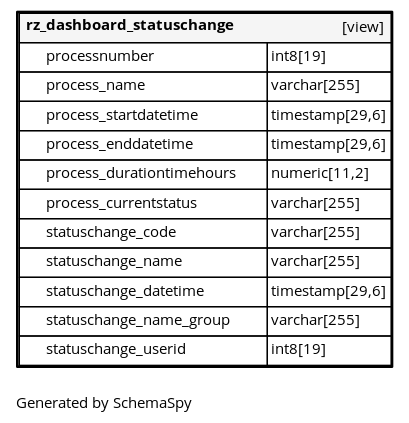
This is db_standardzone_version01/diagrams/tables/rz_dashboard_statuschange.1degree.png from fyndoo/fyndoo.github.io, a Graphviz export, as it was before one commit. Its source is kept beside it as db_standardzone_version01/diagrams/tables/rz_dashboard_statuschange.1degree.dot. The source it was exported from:
```dot
digraph "oneDegreeRelationshipsDiagram" {
  graph [
    rankdir="RL"
    bgcolor="#ffffff"
    label="\nGenerated by SchemaSpy"
    labeljust="l"
    nodesep="0.18"
    ranksep="0.46"
    fontname="Helvetica"
    fontsize="11"
    ration="compress"
  ];
  node [
    fontname="Helvetica"
    fontsize="11"
    shape="plaintext"
  ];
  edge [
    arrowsize="0.8"
  ];
  "rz_dashboard_statuschange" [
   label=<
    <TABLE BORDER="2" CELLBORDER="1" CELLSPACING="0" BGCOLOR="#ffffff">
      <TR><TD COLSPAN="4"  BGCOLOR="#f5f5f5"><TABLE BORDER="0" CELLSPACING="0"><TR><TD ALIGN="LEFT" FIXEDSIZE="TRUE" WIDTH="165" HEIGHT="16"><B>rz_dashboard_statuschange</B></TD><TD ALIGN="RIGHT">[view]</TD></TR></TABLE></TD></TR>
      <TR><TD PORT="processnumber" COLSPAN="2" ALIGN="LEFT"><TABLE BORDER="0" CELLSPACING="0" ALIGN="LEFT"><TR ALIGN="LEFT"><TD ALIGN="LEFT" FIXEDSIZE="TRUE" WIDTH="15" HEIGHT="16"></TD><TD ALIGN="LEFT" FIXEDSIZE="TRUE" WIDTH="165" HEIGHT="16">processnumber</TD></TR></TABLE></TD><TD PORT="processnumber.type" ALIGN="LEFT">int8[19]</TD></TR>
      <TR><TD PORT="process_name" COLSPAN="2" ALIGN="LEFT"><TABLE BORDER="0" CELLSPACING="0" ALIGN="LEFT"><TR ALIGN="LEFT"><TD ALIGN="LEFT" FIXEDSIZE="TRUE" WIDTH="15" HEIGHT="16"></TD><TD ALIGN="LEFT" FIXEDSIZE="TRUE" WIDTH="165" HEIGHT="16">process_name</TD></TR></TABLE></TD><TD PORT="process_name.type" ALIGN="LEFT">varchar[255]</TD></TR>
      <TR><TD PORT="process_startdatetime" COLSPAN="2" ALIGN="LEFT"><TABLE BORDER="0" CELLSPACING="0" ALIGN="LEFT"><TR ALIGN="LEFT"><TD ALIGN="LEFT" FIXEDSIZE="TRUE" WIDTH="15" HEIGHT="16"></TD><TD ALIGN="LEFT" FIXEDSIZE="TRUE" WIDTH="165" HEIGHT="16">process_startdatetime</TD></TR></TABLE></TD><TD PORT="process_startdatetime.type" ALIGN="LEFT">timestamp[29,6]</TD></TR>
      <TR><TD PORT="process_enddatetime" COLSPAN="2" ALIGN="LEFT"><TABLE BORDER="0" CELLSPACING="0" ALIGN="LEFT"><TR ALIGN="LEFT"><TD ALIGN="LEFT" FIXEDSIZE="TRUE" WIDTH="15" HEIGHT="16"></TD><TD ALIGN="LEFT" FIXEDSIZE="TRUE" WIDTH="165" HEIGHT="16">process_enddatetime</TD></TR></TABLE></TD><TD PORT="process_enddatetime.type" ALIGN="LEFT">timestamp[29,6]</TD></TR>
      <TR><TD PORT="process_durationtimehours" COLSPAN="2" ALIGN="LEFT"><TABLE BORDER="0" CELLSPACING="0" ALIGN="LEFT"><TR ALIGN="LEFT"><TD ALIGN="LEFT" FIXEDSIZE="TRUE" WIDTH="15" HEIGHT="16"></TD><TD ALIGN="LEFT" FIXEDSIZE="TRUE" WIDTH="165" HEIGHT="16">process_durationtimehours</TD></TR></TABLE></TD><TD PORT="process_durationtimehours.type" ALIGN="LEFT">numeric[11,2]</TD></TR>
      <TR><TD PORT="process_currentstatus" COLSPAN="2" ALIGN="LEFT"><TABLE BORDER="0" CELLSPACING="0" ALIGN="LEFT"><TR ALIGN="LEFT"><TD ALIGN="LEFT" FIXEDSIZE="TRUE" WIDTH="15" HEIGHT="16"></TD><TD ALIGN="LEFT" FIXEDSIZE="TRUE" WIDTH="165" HEIGHT="16">process_currentstatus</TD></TR></TABLE></TD><TD PORT="process_currentstatus.type" ALIGN="LEFT">varchar[255]</TD></TR>
      <TR><TD PORT="statuschange_code" COLSPAN="2" ALIGN="LEFT"><TABLE BORDER="0" CELLSPACING="0" ALIGN="LEFT"><TR ALIGN="LEFT"><TD ALIGN="LEFT" FIXEDSIZE="TRUE" WIDTH="15" HEIGHT="16"></TD><TD ALIGN="LEFT" FIXEDSIZE="TRUE" WIDTH="165" HEIGHT="16">statuschange_code</TD></TR></TABLE></TD><TD PORT="statuschange_code.type" ALIGN="LEFT">varchar[255]</TD></TR>
      <TR><TD PORT="statuschange_name" COLSPAN="2" ALIGN="LEFT"><TABLE BORDER="0" CELLSPACING="0" ALIGN="LEFT"><TR ALIGN="LEFT"><TD ALIGN="LEFT" FIXEDSIZE="TRUE" WIDTH="15" HEIGHT="16"></TD><TD ALIGN="LEFT" FIXEDSIZE="TRUE" WIDTH="165" HEIGHT="16">statuschange_name</TD></TR></TABLE></TD><TD PORT="statuschange_name.type" ALIGN="LEFT">varchar[255]</TD></TR>
      <TR><TD PORT="statuschange_datetime" COLSPAN="2" ALIGN="LEFT"><TABLE BORDER="0" CELLSPACING="0" ALIGN="LEFT"><TR ALIGN="LEFT"><TD ALIGN="LEFT" FIXEDSIZE="TRUE" WIDTH="15" HEIGHT="16"></TD><TD ALIGN="LEFT" FIXEDSIZE="TRUE" WIDTH="165" HEIGHT="16">statuschange_datetime</TD></TR></TABLE></TD><TD PORT="statuschange_datetime.type" ALIGN="LEFT">timestamp[29,6]</TD></TR>
      <TR><TD PORT="statuschange_name_group" COLSPAN="2" ALIGN="LEFT"><TABLE BORDER="0" CELLSPACING="0" ALIGN="LEFT"><TR ALIGN="LEFT"><TD ALIGN="LEFT" FIXEDSIZE="TRUE" WIDTH="15" HEIGHT="16"></TD><TD ALIGN="LEFT" FIXEDSIZE="TRUE" WIDTH="165" HEIGHT="16">statuschange_name_group</TD></TR></TABLE></TD><TD PORT="statuschange_name_group.type" ALIGN="LEFT">varchar[255]</TD></TR>
      <TR><TD PORT="statuschange_userid" COLSPAN="2" ALIGN="LEFT"><TABLE BORDER="0" CELLSPACING="0" ALIGN="LEFT"><TR ALIGN="LEFT"><TD ALIGN="LEFT" FIXEDSIZE="TRUE" WIDTH="15" HEIGHT="16"></TD><TD ALIGN="LEFT" FIXEDSIZE="TRUE" WIDTH="165" HEIGHT="16">statuschange_userid</TD></TR></TABLE></TD><TD PORT="statuschange_userid.type" ALIGN="LEFT">int8[19]</TD></TR>
    </TABLE>>
    URL="rz_dashboard_statuschange.html"
    target="_top"
    tooltip="rz_dashboard_statuschange"
  ];
}
```
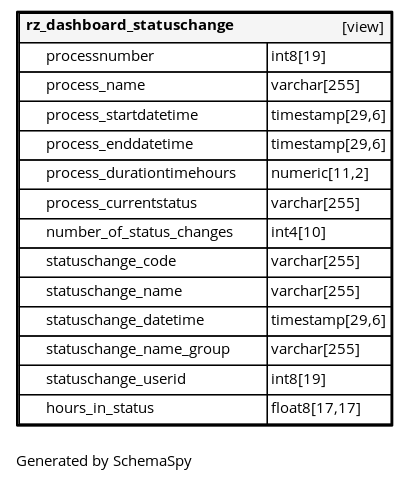
The same file after the commit.

The edit, as a diff of the source:
```diff
@@ -28,11 +28,13 @@
       <TR><TD PORT="process_enddatetime" COLSPAN="2" ALIGN="LEFT"><TABLE BORDER="0" CELLSPACING="0" ALIGN="LEFT"><TR ALIGN="LEFT"><TD ALIGN="LEFT" FIXEDSIZE="TRUE" WIDTH="15" HEIGHT="16"></TD><TD ALIGN="LEFT" FIXEDSIZE="TRUE" WIDTH="165" HEIGHT="16">process_enddatetime</TD></TR></TABLE></TD><TD PORT="process_enddatetime.type" ALIGN="LEFT">timestamp[29,6]</TD></TR>
       <TR><TD PORT="process_durationtimehours" COLSPAN="2" ALIGN="LEFT"><TABLE BORDER="0" CELLSPACING="0" ALIGN="LEFT"><TR ALIGN="LEFT"><TD ALIGN="LEFT" FIXEDSIZE="TRUE" WIDTH="15" HEIGHT="16"></TD><TD ALIGN="LEFT" FIXEDSIZE="TRUE" WIDTH="165" HEIGHT="16">process_durationtimehours</TD></TR></TABLE></TD><TD PORT="process_durationtimehours.type" ALIGN="LEFT">numeric[11,2]</TD></TR>
       <TR><TD PORT="process_currentstatus" COLSPAN="2" ALIGN="LEFT"><TABLE BORDER="0" CELLSPACING="0" ALIGN="LEFT"><TR ALIGN="LEFT"><TD ALIGN="LEFT" FIXEDSIZE="TRUE" WIDTH="15" HEIGHT="16"></TD><TD ALIGN="LEFT" FIXEDSIZE="TRUE" WIDTH="165" HEIGHT="16">process_currentstatus</TD></TR></TABLE></TD><TD PORT="process_currentstatus.type" ALIGN="LEFT">varchar[255]</TD></TR>
+      <TR><TD PORT="number_of_status_changes" COLSPAN="2" ALIGN="LEFT"><TABLE BORDER="0" CELLSPACING="0" ALIGN="LEFT"><TR ALIGN="LEFT"><TD ALIGN="LEFT" FIXEDSIZE="TRUE" WIDTH="15" HEIGHT="16"></TD><TD ALIGN="LEFT" FIXEDSIZE="TRUE" WIDTH="165" HEIGHT="16">number_of_status_changes</TD></TR></TABLE></TD><TD PORT="number_of_status_changes.type" ALIGN="LEFT">int4[10]</TD></TR>
       <TR><TD PORT="statuschange_code" COLSPAN="2" ALIGN="LEFT"><TABLE BORDER="0" CELLSPACING="0" ALIGN="LEFT"><TR ALIGN="LEFT"><TD ALIGN="LEFT" FIXEDSIZE="TRUE" WIDTH="15" HEIGHT="16"></TD><TD ALIGN="LEFT" FIXEDSIZE="TRUE" WIDTH="165" HEIGHT="16">statuschange_code</TD></TR></TABLE></TD><TD PORT="statuschange_code.type" ALIGN="LEFT">varchar[255]</TD></TR>
       <TR><TD PORT="statuschange_name" COLSPAN="2" ALIGN="LEFT"><TABLE BORDER="0" CELLSPACING="0" ALIGN="LEFT"><TR ALIGN="LEFT"><TD ALIGN="LEFT" FIXEDSIZE="TRUE" WIDTH="15" HEIGHT="16"></TD><TD ALIGN="LEFT" FIXEDSIZE="TRUE" WIDTH="165" HEIGHT="16">statuschange_name</TD></TR></TABLE></TD><TD PORT="statuschange_name.type" ALIGN="LEFT">varchar[255]</TD></TR>
       <TR><TD PORT="statuschange_datetime" COLSPAN="2" ALIGN="LEFT"><TABLE BORDER="0" CELLSPACING="0" ALIGN="LEFT"><TR ALIGN="LEFT"><TD ALIGN="LEFT" FIXEDSIZE="TRUE" WIDTH="15" HEIGHT="16"></TD><TD ALIGN="LEFT" FIXEDSIZE="TRUE" WIDTH="165" HEIGHT="16">statuschange_datetime</TD></TR></TABLE></TD><TD PORT="statuschange_datetime.type" ALIGN="LEFT">timestamp[29,6]</TD></TR>
       <TR><TD PORT="statuschange_name_group" COLSPAN="2" ALIGN="LEFT"><TABLE BORDER="0" CELLSPACING="0" ALIGN="LEFT"><TR ALIGN="LEFT"><TD ALIGN="LEFT" FIXEDSIZE="TRUE" WIDTH="15" HEIGHT="16"></TD><TD ALIGN="LEFT" FIXEDSIZE="TRUE" WIDTH="165" HEIGHT="16">statuschange_name_group</TD></TR></TABLE></TD><TD PORT="statuschange_name_group.type" ALIGN="LEFT">varchar[255]</TD></TR>
       <TR><TD PORT="statuschange_userid" COLSPAN="2" ALIGN="LEFT"><TABLE BORDER="0" CELLSPACING="0" ALIGN="LEFT"><TR ALIGN="LEFT"><TD ALIGN="LEFT" FIXEDSIZE="TRUE" WIDTH="15" HEIGHT="16"></TD><TD ALIGN="LEFT" FIXEDSIZE="TRUE" WIDTH="165" HEIGHT="16">statuschange_userid</TD></TR></TABLE></TD><TD PORT="statuschange_userid.type" ALIGN="LEFT">int8[19]</TD></TR>
+      <TR><TD PORT="hours_in_status" COLSPAN="2" ALIGN="LEFT"><TABLE BORDER="0" CELLSPACING="0" ALIGN="LEFT"><TR ALIGN="LEFT"><TD ALIGN="LEFT" FIXEDSIZE="TRUE" WIDTH="15" HEIGHT="16"></TD><TD ALIGN="LEFT" FIXEDSIZE="TRUE" WIDTH="165" HEIGHT="16">hours_in_status</TD></TR></TABLE></TD><TD PORT="hours_in_status.type" ALIGN="LEFT">float8[17,17]</TD></TR>
     </TABLE>>
     URL="rz_dashboard_statuschange.html"
     target="_top"
```
